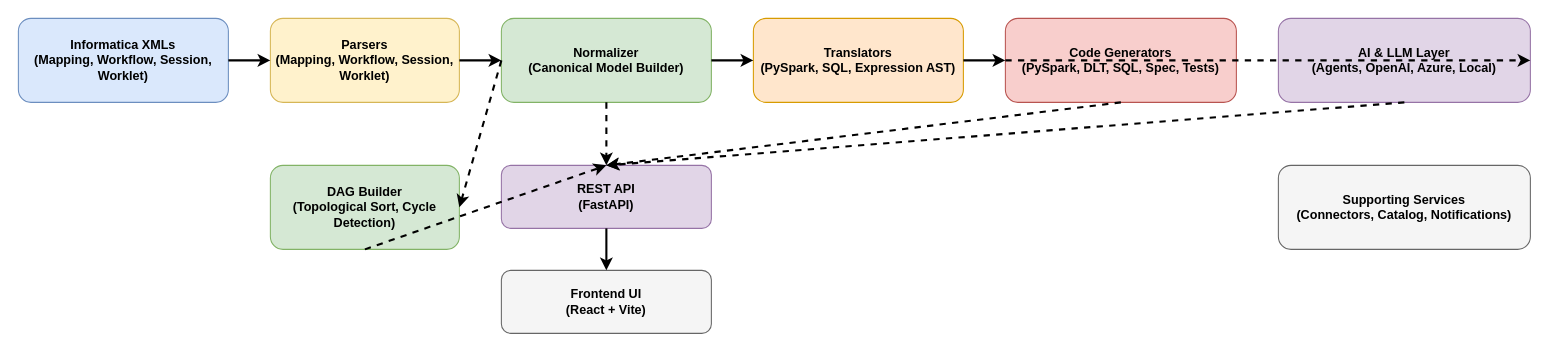
The draw.io diagram docs/architecture/architecture_diagram.drawio in pmsrao/modernize_informatica, before the edit. Source tidied: cells renumbered, new cells numbered last; positions are measured from the earlier drawing's top-left corner, leaving out a move shared by most shapes. Both pictures are drawn from the tidied source at 105%, with x=0, y=0 at pixel (18, 18).
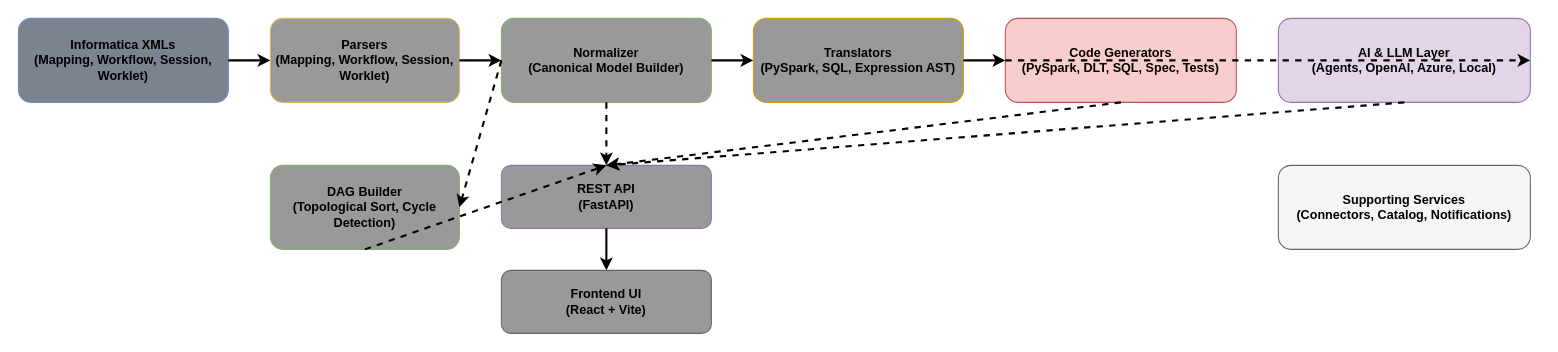
After the change.

Commit message:
Update architecture diagram

What changed in the source:
```diff
@@
-    <mxCell id="2" value="Informatica XMLs&#10;(Mapping, Workflow, Session, Worklet)" style="rounded=1;whiteSpace=wrap;html=1;fillColor=#dae8fc;strokeColor=#6c8ebf;fontStyle=1;" parent="1" vertex="1">
+    <mxCell id="2" value="Informatica XMLs&#10;(Mapping, Workflow, Session, Worklet)" style="rounded=1;whiteSpace=wrap;html=1;fillColor=#7C838F;strokeColor=#6c8ebf;fontStyle=1;" parent="1" vertex="1">
       <mxGeometry width="200" height="80" as="geometry" />
     </mxCell>
-    <mxCell id="3" value="Parsers&#10;(Mapping, Workflow, Session, Worklet)" style="rounded=1;whiteSpace=wrap;html=1;fillColor=#fff2cc;strokeColor=#d6b656;fontStyle=1;" parent="1" vertex="1">
+    <mxCell id="3" value="Parsers&#10;(Mapping, Workflow, Session, Worklet)" style="rounded=1;whiteSpace=wrap;html=1;fillColor=#999999;strokeColor=#d6b656;fontStyle=1;" parent="1" vertex="1">
       <mxGeometry x="240" width="180" height="80" as="geometry" />
     </mxCell>
-    <mxCell id="4" value="Normalizer&#10;(Canonical Model Builder)" style="rounded=1;whiteSpace=wrap;html=1;fillColor=#d5e8d4;strokeColor=#82b366;fontStyle=1;" parent="1" vertex="1">
+    <mxCell id="4" value="Normalizer&#10;(Canonical Model Builder)" style="rounded=1;whiteSpace=wrap;html=1;fillColor=#999999;strokeColor=#82b366;fontStyle=1;" parent="1" vertex="1">
       <mxGeometry x="460" width="200" height="80" as="geometry" />
     </mxCell>
-    <mxCell id="5" value="Translators&#10;(PySpark, SQL, Expression AST)" style="rounded=1;whiteSpace=wrap;html=1;fillColor=#ffe6cc;strokeColor=#d79b00;fontStyle=1;" parent="1" vertex="1">
+    <mxCell id="5" value="Translators&#10;(PySpark, SQL, Expression AST)" style="rounded=1;whiteSpace=wrap;html=1;fillColor=#999999;strokeColor=#d79b00;fontStyle=1;" parent="1" vertex="1">
       <mxGeometry x="700" width="200" height="80" as="geometry" />
     </mxCell>
@@
-    <mxCell id="7" value="REST API&#10;(FastAPI)" style="rounded=1;whiteSpace=wrap;html=1;fillColor=#e1d5e7;strokeColor=#9673a6;fontStyle=1;" parent="1" vertex="1">
+    <mxCell id="7" value="REST API&#10;(FastAPI)" style="rounded=1;whiteSpace=wrap;html=1;fillColor=#999999;strokeColor=#9673a6;fontStyle=1;" parent="1" vertex="1">
       <mxGeometry x="460" y="140" width="200" height="60" as="geometry" />
     </mxCell>
-    <mxCell id="8" value="Frontend UI&#10;(React + Vite)" style="rounded=1;whiteSpace=wrap;html=1;fillColor=#f5f5f5;strokeColor=#666666;fontStyle=1;" parent="1" vertex="1">
+    <mxCell id="8" value="Frontend UI&#10;(React + Vite)" style="rounded=1;whiteSpace=wrap;html=1;fillColor=#999999;strokeColor=#666666;fontStyle=1;" parent="1" vertex="1">
       <mxGeometry x="460" y="240" width="200" height="60" as="geometry" />
     </mxCell>
@@
-    <mxCell id="10" value="DAG Builder&#10;(Topological Sort, Cycle Detection)" style="rounded=1;whiteSpace=wrap;html=1;fillColor=#d5e8d4;strokeColor=#82b366;fontStyle=1;" parent="1" vertex="1">
+    <mxCell id="10" value="DAG Builder&#10;(Topological Sort, Cycle Detection)" style="rounded=1;whiteSpace=wrap;html=1;fillColor=#999999;strokeColor=#82b366;fontStyle=1;" parent="1" vertex="1">
       <mxGeometry x="240" y="140" width="180" height="80" as="geometry" />
     </mxCell>
```
